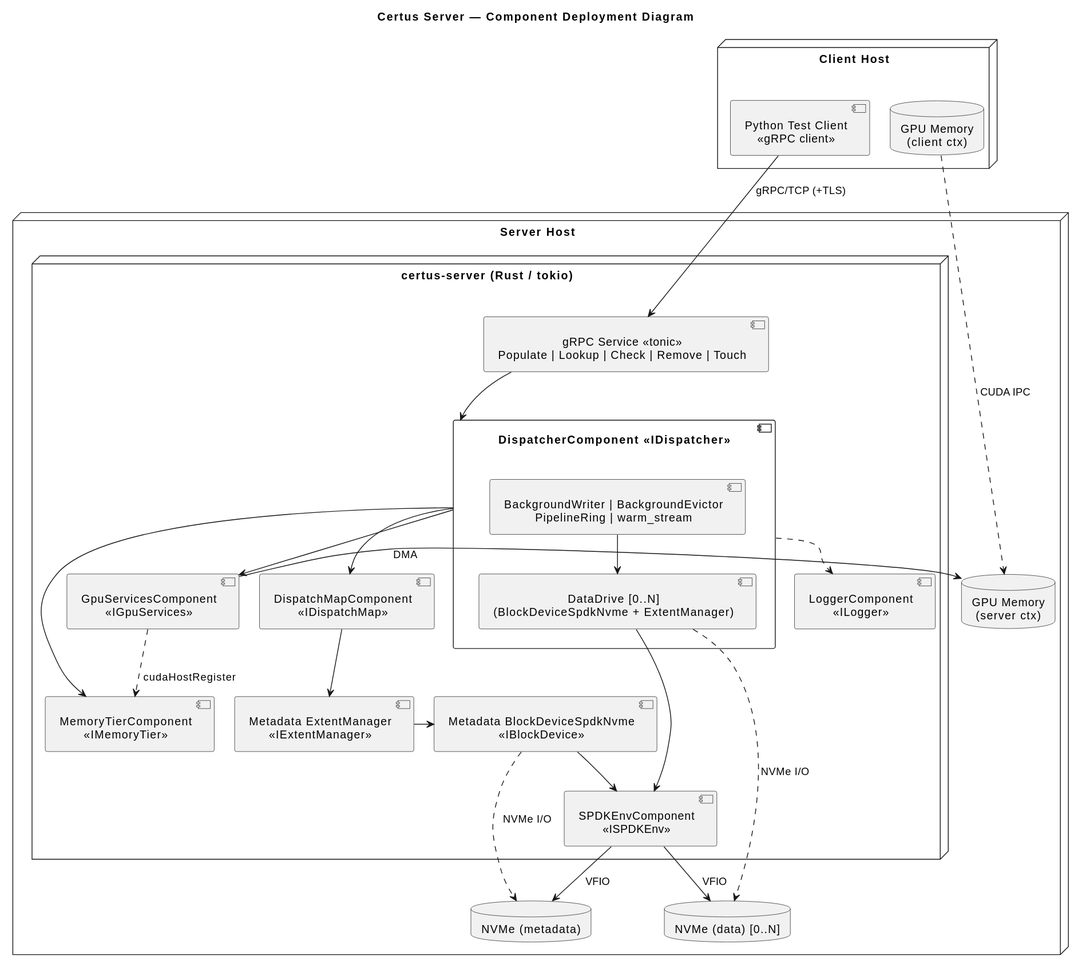
Before: design/profiles/full/certus-server-deployment.svg, a diagram exported from PlantUML (AI-native-Systems-Research/ai-native-storage-certus).
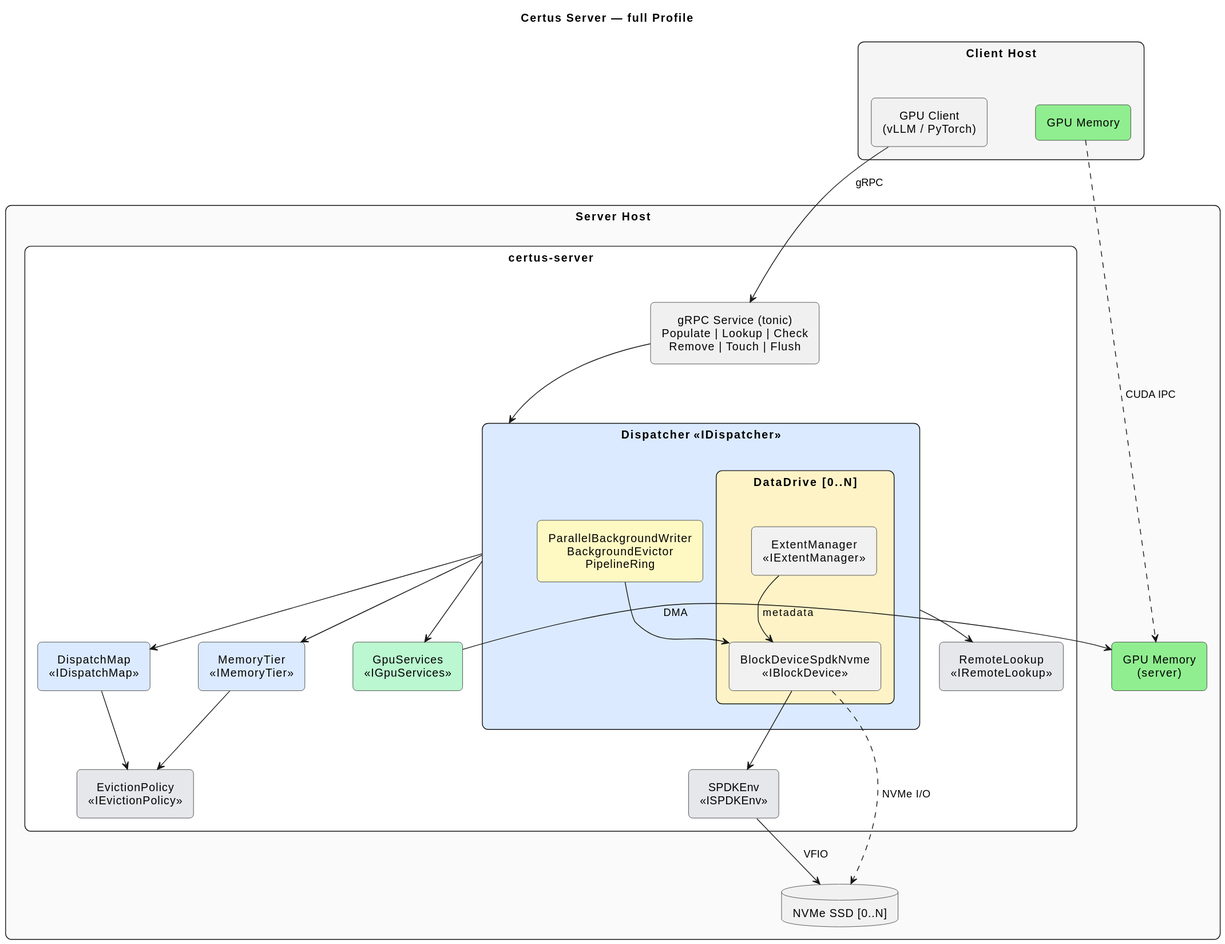
Above is the later version.

Commit message:
feat: update full profile diagrams to new style with .puml sources

The edit, as a diff of the source:
```diff
@@ -1,66 +1,69 @@
 @startuml
 skinparam defaultTextAlignment center
-skinparam padding 3
-skinparam nodesep 25
-skinparam ranksep 25
+skinparam padding 4
+skinparam nodesep 60
+skinparam ranksep 50
+skinparam rectangle {
+    RoundCorner 15
+}
+skinparam agent {
+    RoundCorner 10
+}
+hide stereotype
 
-title Certus Server — Component Deployment Diagram
+title Certus Server — full Profile
 
-node "Client Host" {
-    component "Python Test Client\n<<gRPC client>>" as pyclient
-    database "GPU Memory\n(client ctx)" as client_gpu
-    pyclient -right[hidden]- client_gpu
+rectangle "**Client Host**" as client_box #F5F5F5 {
+    agent "GPU Client\n(vLLM / PyTorch)" as pyclient
+    agent "GPU Memory" as client_gpu #LightGreen
 }
 
-node "Server Host" {
+rectangle "**Server Host**" as server_box #FAFAFA {
 
-    node "certus-server (Rust / tokio)" {
+    rectangle "certus-server" as server_proc #White {
 
-        component "gRPC Service <<tonic>>\nPopulate | Lookup | Check | Remove | Touch" as grpc
+        agent "gRPC Service (tonic)\nPopulate | Lookup | Check\nRemove | Touch | Flush" as grpc #F0F0F0
 
-        component "DispatcherComponent <<IDispatcher>>" as dispatcher {
-            component "BackgroundWriter | BackgroundEvictor\nPipelineRing | warm_stream" as disp_bg
-            component "DataDrive [0..N]\n(BlockDeviceSpdkNvme + ExtentManager)" as data_drive
+        rectangle "**Dispatcher** <<IDispatcher>>" as dispatcher #DBEAFE {
+            rectangle "DataDrive [0..N]" as data_drive #FEF3C7 {
+                agent "BlockDeviceSpdkNvme\n<<IBlockDevice>>" as blkdev
+                agent "ExtentManager\n<<IExtentManager>>" as extmgr
+            }
+            agent "ParallelBackgroundWriter\nBackgroundEvictor\nPipelineRing" as disp_bg #FEF9C3
         }
 
-        component "DispatchMapComponent\n<<IDispatchMap>>" as dispatch_map
-        component "MemoryTierComponent\n<<IMemoryTier>>" as memory_tier
-        component "GpuServicesComponent\n<<IGpuServices>>" as gpu_svc
-        component "LoggerComponent\n<<ILogger>>" as logger
-
-        component "Metadata ExtentManager\n<<IExtentManager>>" as meta_em
-        component "Metadata BlockDeviceSpdkNvme\n<<IBlockDevice>>" as meta_bd
-        component "SPDKEnvComponent\n<<ISPDKEnv>>" as spdk_env
+        agent "DispatchMap\n<<IDispatchMap>>" as dispatch_map #DBEAFE
+        agent "MemoryTier\n<<IMemoryTier>>" as memory_tier #DBEAFE
+        agent "EvictionPolicy\n<<IEvictionPolicy>>" as eviction #E5E7EB
+        agent "GpuServices\n<<IGpuServices>>" as gpu_svc #BBF7D0
+        agent "SPDKEnv\n<<ISPDKEnv>>" as spdk_env #E5E7EB
+        agent "RemoteLookup\n<<IRemoteLookup>>" as remote_lookup #E5E7EB
     }
 
-    database "GPU Memory\n(server ctx)" as server_gpu
-    database "NVMe (metadata)" as nvme_meta
-    database "NVMe (data) [0..N]" as nvme_data
+    agent "GPU Memory\n(server)" as server_gpu #LightGreen
+    database "NVMe SSD [0..N]" as nvme_data
 }
 
 
-pyclient -down-> grpc : "gRPC/TCP (+TLS)"
-client_gpu .down.> server_gpu : "CUDA IPC"
+pyclient -down-> grpc : gRPC
+client_gpu .down.> server_gpu : CUDA IPC
 
 grpc -down-> dispatcher
 
 dispatcher -down-> dispatch_map
 dispatcher -down-> memory_tier
 dispatcher -down-> gpu_svc
-dispatcher ..> logger
-data_drive -down-> spdk_env
+dispatcher --> remote_lookup
 
-disp_bg -down-> data_drive
+dispatch_map -down-> eviction
+memory_tier -down-> eviction
 
-dispatch_map -down-> meta_em
-meta_em -right-> meta_bd
-meta_bd -down-> spdk_env
+disp_bg --> blkdev
+blkdev -down-> spdk_env
+extmgr --> blkdev : metadata
 
-gpu_svc -right-> server_gpu : "DMA"
-gpu_svc .down.> memory_tier : "cudaHostRegister"
+gpu_svc -right-> server_gpu : DMA
 
-spdk_env -down-> nvme_meta : "VFIO"
-spdk_env -down-> nvme_data : "VFIO"
-data_drive ..> nvme_data : "NVMe I/O"
-meta_bd ..> nvme_meta : "NVMe I/O"
+spdk_env -down-> nvme_data : VFIO
+blkdev .down.> nvme_data : NVMe I/O
 @enduml
```
